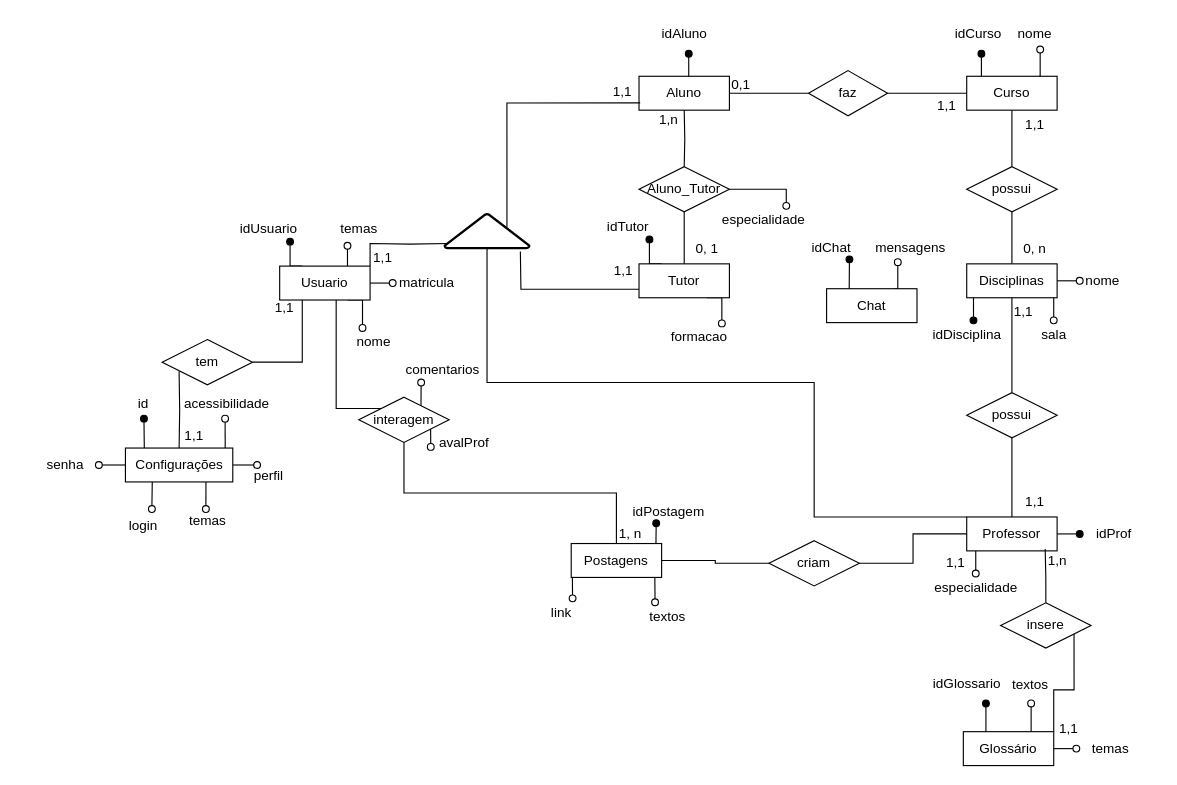
Before: BD_IFCoders.drawio in arianamesquita/IFCoders, a draw.io diagram. Source tidied: cells renumbered, new cells numbered last; positions are measured from the earlier drawing's top-left corner, leaving out a move shared by most shapes. Both pictures are drawn from the tidied source at 113%, with x=0, y=0 at pixel (19, 19).
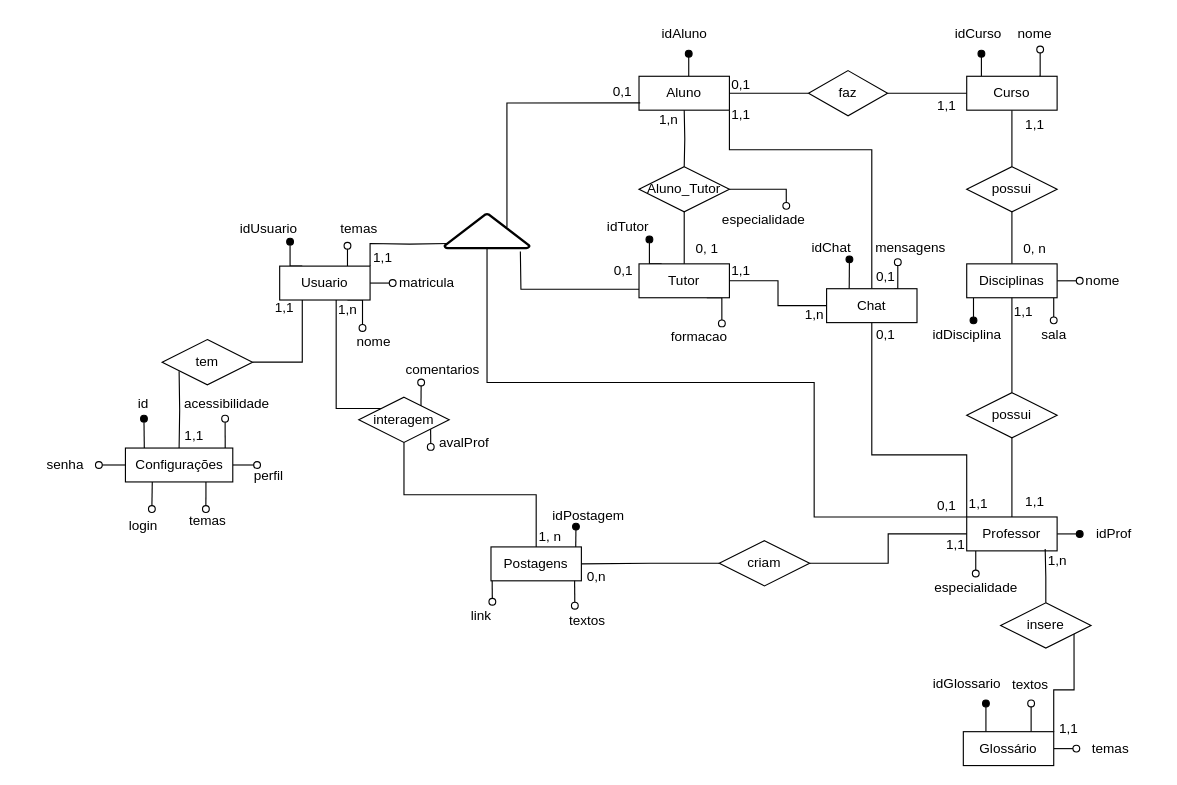
The same diagram, later.

Unchanged cells that the change refers to:
```xml
<mxCell id="22" value="Professor" style="html=1;whiteSpace=wrap;" parent="1" vertex="1">
  <mxGeometry x="838" y="440" width="80" height="30" as="geometry" />
</mxCell>
<mxCell id="31" value="Aluno" style="html=1;whiteSpace=wrap;" parent="1" vertex="1">
  <mxGeometry x="548" y="50" width="80" height="30" as="geometry" />
</mxCell>
<mxCell id="39" value="Tutor" style="html=1;whiteSpace=wrap;" parent="1" vertex="1">
  <mxGeometry x="548" y="216" width="80" height="30" as="geometry" />
</mxCell>
<mxCell id="84" value="Chat" style="html=1;whiteSpace=wrap;" parent="1" vertex="1">
  <mxGeometry x="714" y="238" width="80" height="30" as="geometry" />
</mxCell>
```

What changed in the source:
```diff
@@
+    <mxCell id="120" style="edgeStyle=orthogonalEdgeStyle;rounded=0;jettySize=auto;html=1;exitX=1;exitY=1;exitDx=0;exitDy=0;entryX=0.5;entryY=0;entryDx=0;entryDy=0;endArrow=none;endFill=0;" parent="1" edge="1" source="31" target="84">
+      <mxGeometry relative="1" as="geometry">
+        <Array as="points">
+          <mxPoint x="628" y="115" />
+          <mxPoint x="754" y="115" />
+        </Array>
+      </mxGeometry>
+    </mxCell>
@@
+    <mxCell id="121" style="edgeStyle=orthogonalEdgeStyle;rounded=0;jettySize=auto;html=1;exitX=0;exitY=0.5;exitDx=0;exitDy=0;endArrow=none;endFill=0;" parent="1" edge="1" source="84" target="39">
+      <mxGeometry relative="1" as="geometry" />
+    </mxCell>
+    <mxCell id="122" style="edgeStyle=orthogonalEdgeStyle;rounded=0;jettySize=auto;html=1;exitX=0.5;exitY=1;exitDx=0;exitDy=0;entryX=0;entryY=0;entryDx=0;entryDy=0;endArrow=none;endFill=0;" parent="1" edge="1" source="84" target="22">
+      <mxGeometry relative="1" as="geometry">
+        <Array as="points">
+          <mxPoint x="754" y="385" />
+          <mxPoint x="838" y="385" />
+        </Array>
+      </mxGeometry>
+    </mxCell>
@@
     <mxCell id="88" style="edgeStyle=orthogonalEdgeStyle;rounded=0;orthogonalLoop=1;jettySize=auto;html=1;exitX=0.25;exitY=1;exitDx=0;exitDy=0;endArrow=oval;endFill=0;" parent="1" edge="1">
       <mxGeometry relative="1" as="geometry">
-        <mxPoint x="489" y="490" as="sourcePoint" />
-        <mxPoint x="489.2" y="512" as="targetPoint" />
+        <mxPoint x="418" y="493" as="sourcePoint" />
+        <mxPoint x="418.2" y="515" as="targetPoint" />
       </mxGeometry>
     </mxCell>
     <mxCell id="89" value="link" style="text;align=center;fontStyle=0;verticalAlign=middle;spacingLeft=3;spacingRight=3;strokeColor=none;html=1;" parent="1" vertex="1">
-      <mxGeometry x="439" y="512" width="80" height="26" as="geometry" />
+      <mxGeometry x="368" y="515" width="80" height="26" as="geometry" />
     </mxCell>
     <mxCell id="90" value="textos" style="text;align=center;fontStyle=0;verticalAlign=middle;spacingLeft=3;spacingRight=3;strokeColor=none;html=1;" parent="1" vertex="1">
-      <mxGeometry x="533" y="516" width="80" height="26" as="geometry" />
+      <mxGeometry x="462" y="519" width="80" height="26" as="geometry" />
     </mxCell>
@@
     <mxCell id="94" style="edgeStyle=orthogonalEdgeStyle;rounded=0;orthogonalLoop=1;jettySize=auto;html=1;exitX=0.25;exitY=0;exitDx=0;exitDy=0;endArrow=oval;endFill=1;" parent="1" edge="1">
       <mxGeometry relative="1" as="geometry">
-        <mxPoint x="563" y="463.5" as="sourcePoint" />
-        <mxPoint x="563.2" y="445.5" as="targetPoint" />
+        <mxPoint x="492" y="466.5" as="sourcePoint" />
+        <mxPoint x="492.2" y="448.5" as="targetPoint" />
       </mxGeometry>
     </mxCell>
@@
     <mxCell id="96" value="Postagens" style="html=1;whiteSpace=wrap;" parent="1" vertex="1">
-      <mxGeometry x="488" y="463.5" width="80" height="30" as="geometry" />
+      <mxGeometry x="417" y="466.5" width="80" height="30" as="geometry" />
     </mxCell>
     <mxCell id="97" value="idPostagem" style="text;align=center;fontStyle=0;verticalAlign=middle;spacingLeft=3;spacingRight=3;strokeColor=none;html=1;" parent="1" vertex="1">
-      <mxGeometry x="534" y="422.5" width="80" height="26" as="geometry" />
+      <mxGeometry x="463" y="425.5" width="80" height="26" as="geometry" />
     </mxCell>
     <mxCell id="98" style="edgeStyle=orthogonalEdgeStyle;rounded=0;orthogonalLoop=1;jettySize=auto;html=1;exitX=0.25;exitY=1;exitDx=0;exitDy=0;endArrow=oval;endFill=0;" parent="1" edge="1">
       <mxGeometry relative="1" as="geometry">
-        <mxPoint x="562" y="493.5" as="sourcePoint" />
-        <mxPoint x="562.2" y="515.5" as="targetPoint" />
+        <mxPoint x="491" y="496.5" as="sourcePoint" />
+        <mxPoint x="491.2" y="518.5" as="targetPoint" />
       </mxGeometry>
     </mxCell>
     <mxCell id="99" value="1, n" style="text;align=center;fontStyle=0;verticalAlign=middle;spacingLeft=3;spacingRight=3;strokeColor=none;html=1;" parent="1" vertex="1">
-      <mxGeometry x="500" y="439.5" width="80" height="31" as="geometry" />
+      <mxGeometry x="429" y="442.5" width="80" height="31" as="geometry" />
     </mxCell>
-    <mxCell id="100" value="1,1" style="text;align=center;fontStyle=0;verticalAlign=middle;spacingLeft=3;spacingRight=3;strokeColor=none;html=1;" parent="1" vertex="1">
+    <mxCell id="100" value="0,1" style="text;align=center;fontStyle=0;verticalAlign=middle;spacingLeft=3;spacingRight=3;strokeColor=none;html=1;" parent="1" vertex="1">
       <mxGeometry x="493" y="51" width="80" height="26" as="geometry" />
     </mxCell>
@@
-    <mxCell id="104" value="1,1" style="text;align=center;fontStyle=0;verticalAlign=middle;spacingLeft=3;spacingRight=3;strokeColor=none;html=1;" parent="1" vertex="1">
+    <mxCell id="104" value="0,1" style="text;align=center;fontStyle=0;verticalAlign=middle;spacingLeft=3;spacingRight=3;strokeColor=none;html=1;" parent="1" vertex="1">
       <mxGeometry x="494" y="209" width="80" height="26" as="geometry" />
     </mxCell>
     <mxCell id="105" value="1,1" style="text;align=center;fontStyle=0;verticalAlign=middle;spacingLeft=3;spacingRight=3;strokeColor=none;html=1;" parent="1" vertex="1">
-      <mxGeometry x="788" y="468" width="80" height="26" as="geometry" />
+      <mxGeometry x="788" y="451.5" width="80" height="26" as="geometry" />
     </mxCell>
@@
     <mxCell id="109" value="criam" style="shape=rhombus;perimeter=rhombusPerimeter;whiteSpace=wrap;html=1;align=center;" parent="1" vertex="1">
-      <mxGeometry x="663" y="461" width="80" height="40" as="geometry" />
+      <mxGeometry x="619" y="461" width="80" height="40" as="geometry" />
     </mxCell>
@@
+    <mxCell id="123" value="1,1" style="text;align=center;fontStyle=0;verticalAlign=middle;spacingLeft=3;spacingRight=3;strokeColor=none;html=1;" parent="1" vertex="1">
+      <mxGeometry x="598" y="71" width="80" height="26" as="geometry" />
+    </mxCell>
+    <mxCell id="124" value="0,1" style="text;align=center;fontStyle=0;verticalAlign=middle;spacingLeft=3;spacingRight=3;strokeColor=none;html=1;" parent="1" vertex="1">
+      <mxGeometry x="726" y="215" width="80" height="26" as="geometry" />
+    </mxCell>
+    <mxCell id="125" value="1,1" style="text;align=center;fontStyle=0;verticalAlign=middle;spacingLeft=3;spacingRight=3;strokeColor=none;html=1;" parent="1" vertex="1">
+      <mxGeometry x="598" y="209" width="80" height="26" as="geometry" />
+    </mxCell>
+    <mxCell id="126" value="1,n" style="text;align=center;fontStyle=0;verticalAlign=middle;spacingLeft=3;spacingRight=3;strokeColor=none;html=1;" parent="1" vertex="1">
+      <mxGeometry x="663" y="248" width="80" height="26" as="geometry" />
+    </mxCell>
+    <mxCell id="127" value="0,1" style="text;align=center;fontStyle=0;verticalAlign=middle;spacingLeft=3;spacingRight=3;strokeColor=none;html=1;" parent="1" vertex="1">
+      <mxGeometry x="726" y="266" width="80" height="26" as="geometry" />
+    </mxCell>
+    <mxCell id="128" value="1,1" style="text;align=center;fontStyle=0;verticalAlign=middle;spacingLeft=3;spacingRight=3;strokeColor=none;html=1;" parent="1" vertex="1">
+      <mxGeometry x="808" y="416" width="80" height="26" as="geometry" />
+    </mxCell>
+    <mxCell id="129" value="1,n" style="text;align=center;fontStyle=0;verticalAlign=middle;spacingLeft=3;spacingRight=3;strokeColor=none;html=1;" parent="1" vertex="1">
+      <mxGeometry x="250" y="244" width="80" height="26" as="geometry" />
+    </mxCell>
+    <mxCell id="130" value="0,n" style="text;align=center;fontStyle=0;verticalAlign=middle;spacingLeft=3;spacingRight=3;strokeColor=none;html=1;" parent="1" vertex="1">
+      <mxGeometry x="470" y="480" width="80" height="26" as="geometry" />
+    </mxCell>
+    <mxCell id="131" value="0,1" style="text;align=center;fontStyle=0;verticalAlign=middle;spacingLeft=3;spacingRight=3;strokeColor=none;html=1;" parent="1" vertex="1">
+      <mxGeometry x="780" y="417" width="80" height="26" as="geometry" />
+    </mxCell>
```
